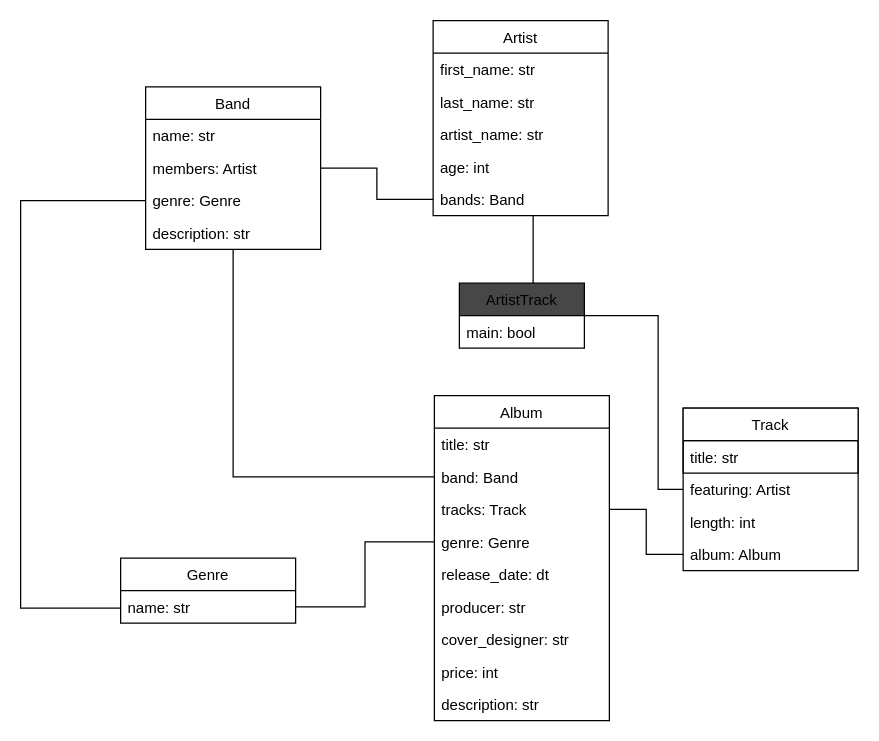
This is page "music" (1 of 2) of db_modelling.drawio from theresmf/zack_zorn, a draw.io file, before an edit. Source tidied: cells renumbered, new cells numbered last; positions are measured from the earlier drawing's top-left corner, leaving out a move shared by most shapes. Both pictures are drawn from the tidied source at 125%, with x=0, y=0 at pixel (20, 20).
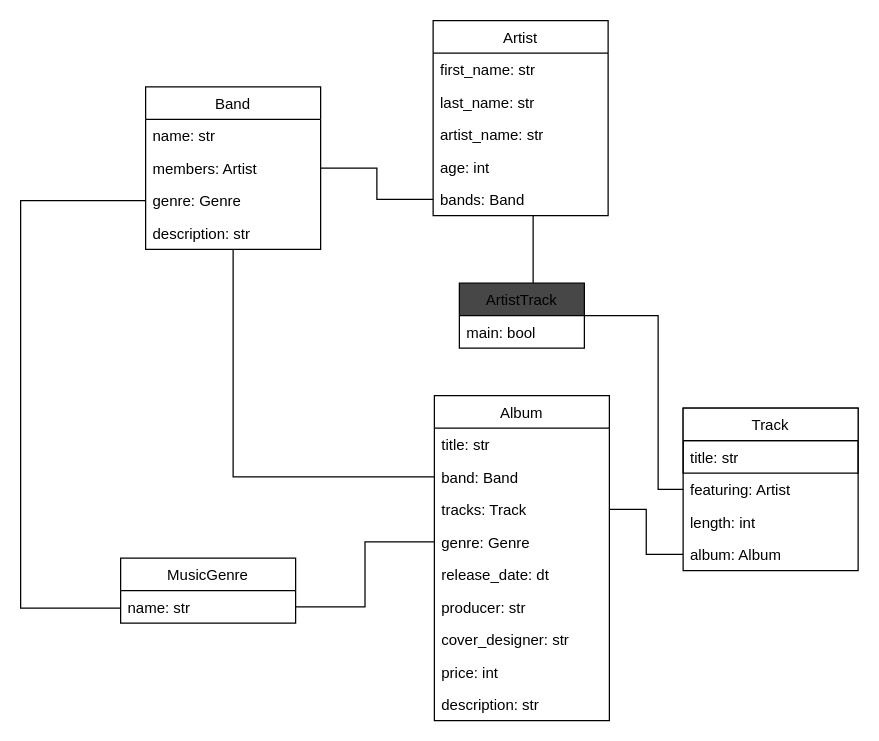
After the change.

Commit message (it also covers changes not shown here):
Add book model to db and rename genre model

The edit, as a diff of the source:
```diff
@@
-    <mxCell id="32" value="Genre" style="swimlane;fontStyle=0;horizontal=1;startSize=26;" parent="1" vertex="1">
+    <mxCell id="32" value="MusicGenre" style="swimlane;fontStyle=0;horizontal=1;startSize=26;" parent="1" vertex="1">
       <mxGeometry x="80" y="430" width="140" height="52" as="geometry" />
     </mxCell>
```
